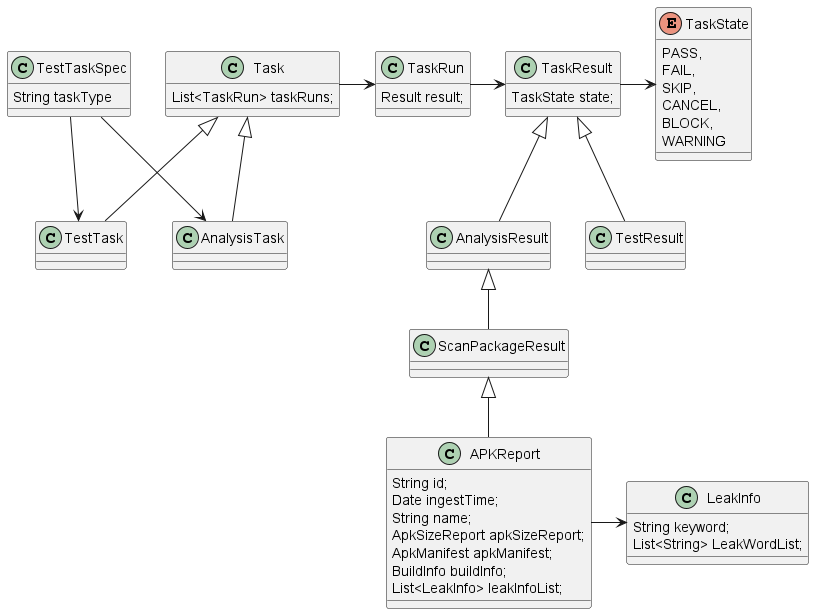
Before: docs/images/UML/TaskDataType.png, a diagram exported from PlantUML (microsoft/HydraLab). The source it was exported from:
```plantuml
@startuml TaskDataType
class TaskResult{
    TaskState state;
}

enum TaskState{
    PASS,
    FAIL,
    SKIP,
    CANCEL,
    BLOCK,
    WARNING
}

class AnalysisResult extends TaskResult{}
class TestResult extends TaskResult{}
class ScanPackageResult extends AnalysisResult{}
class APKReport extends ScanPackageResult{
    String id;
    Date ingestTime;
    String name;
    ApkSizeReport apkSizeReport;
    ApkManifest apkManifest;
    BuildInfo buildInfo;
    List<LeakInfo> leakInfoList;
}
class LeakInfo {
    String keyword;
    List<String> LeakWordList;
}
APKReport -> LeakInfo
class Task{
    List<TaskRun> taskRuns;
}
class AnalysisTask extends Task{
}
class TestTask extends Task{}

class TaskRun{
    Result result;
}
TaskRun -> TaskResult

TaskResult -> TaskState

Task -> TaskRun

class TestTaskSpec{
    String taskType
}

TestTaskSpec --> AnalysisTask
TestTaskSpec --> TestTask
@enduml
```
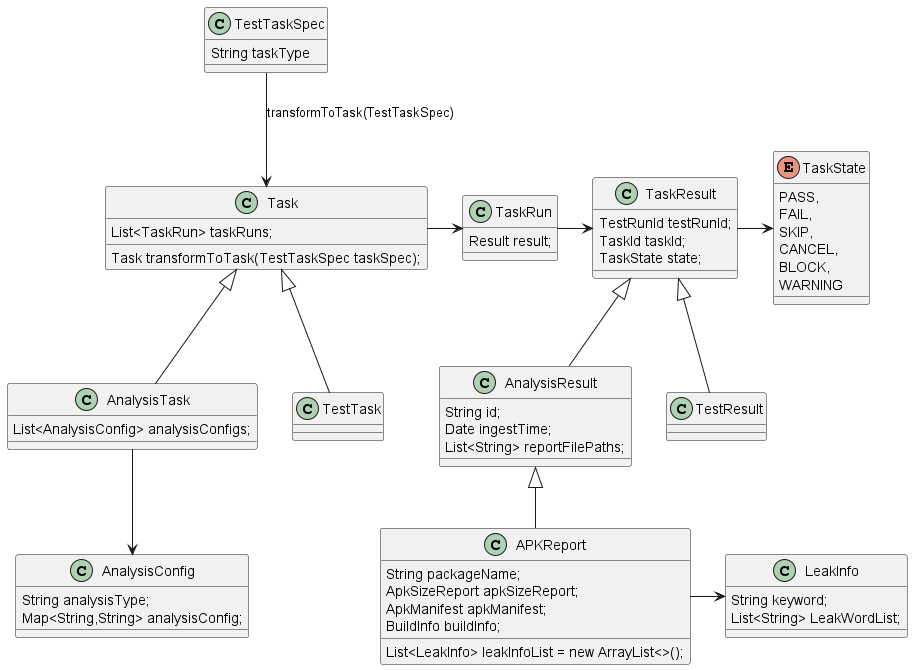
Above is the later version.

Change to the diagram source:
```diff
@@ -1,5 +1,7 @@
 @startuml TaskDataType
 class TaskResult{
+    TestRunId testRunId;
+    TaskId taskId;
     TaskState state;
 }
 
@@ -12,17 +14,18 @@
     WARNING
 }
 
-class AnalysisResult extends TaskResult{}
-class TestResult extends TaskResult{}
-class ScanPackageResult extends AnalysisResult{}
-class APKReport extends ScanPackageResult{
+class AnalysisResult extends TaskResult{
     String id;
     Date ingestTime;
-    String name;
+    List<String> reportFilePaths;
+}
+class TestResult extends TaskResult{}
+class APKReport extends AnalysisResult{
+    String packageName;
+    List<LeakInfo> leakInfoList = new ArrayList<>();
     ApkSizeReport apkSizeReport;
     ApkManifest apkManifest;
     BuildInfo buildInfo;
-    List<LeakInfo> leakInfoList;
 }
 class LeakInfo {
     String keyword;
@@ -31,8 +34,14 @@
 APKReport -> LeakInfo
 class Task{
     List<TaskRun> taskRuns;
+    Task transformToTask(TestTaskSpec taskSpec);
 }
 class AnalysisTask extends Task{
+    List<AnalysisConfig> analysisConfigs;
+}
+class AnalysisConfig{
+    String analysisType;
+    Map<String,String> analysisConfig;
 }
 class TestTask extends Task{}
 
@@ -49,6 +58,7 @@
     String taskType
 }
 
-TestTaskSpec --> AnalysisTask
-TestTaskSpec --> TestTask
+TestTaskSpec --> Task : transformToTask(TestTaskSpec)
+
+AnalysisTask --> AnalysisConfig
 @enduml
```
